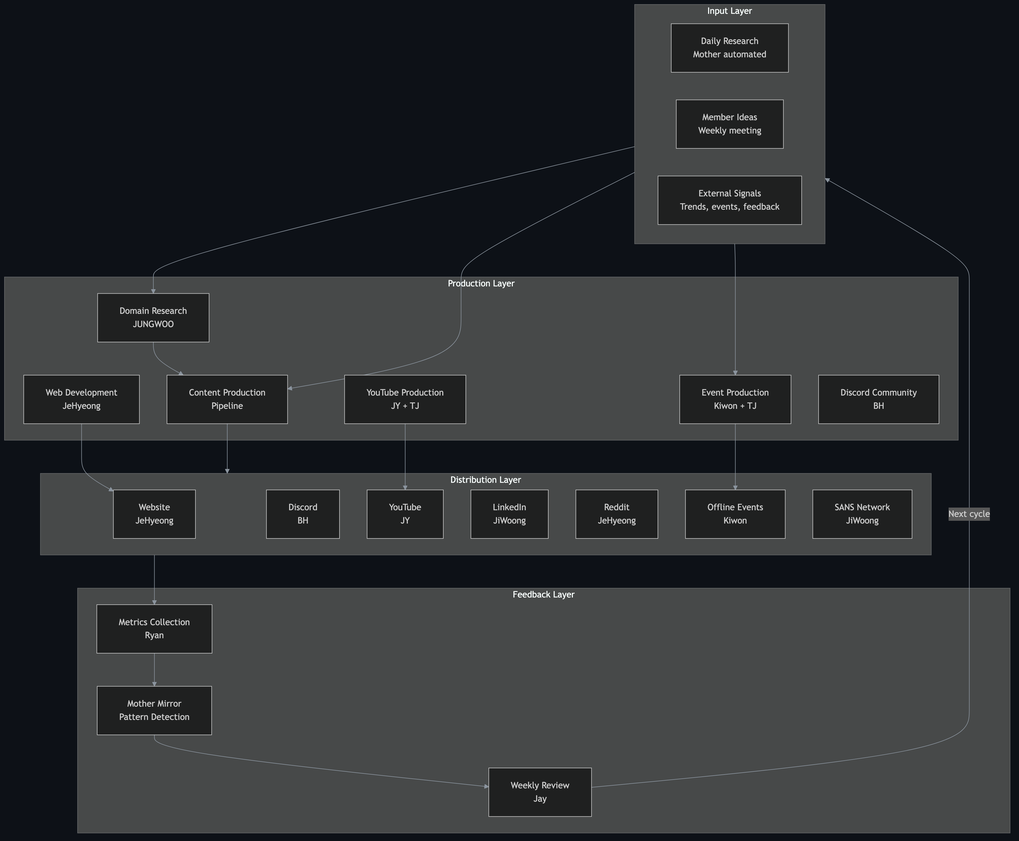
Before: products/hypeproof-workflow-diagrams/d1.png, a diagram exported from Mermaid (JeHyeong2/hypeprooflab). Its source is kept beside it as products/hypeproof-workflow-diagrams/d1.mmd. Source of this version:
```mermaid
flowchart TB
    subgraph INPUT["Input Layer"]
        R[Daily Research<br/>Mother automated]
        MI[Member Ideas<br/>Weekly meeting]
        EXT[External Signals<br/>Trends, events, feedback]
    end

    subgraph PRODUCE["Production Layer"]
        CP[Content Production<br/>Pipeline]
        EP[Event Production<br/>Kiwon + TJ]
        WD[Web Development<br/>JeHyeong]
        YT[YouTube Production<br/>JY + TJ]
        DC[Discord Community<br/>BH]
        DR[Domain Research<br/>JUNGWOO]
    end

    subgraph DISTRIBUTE["Distribution Layer"]
        WEB[Website<br/>JeHyeong]
        DIS[Discord<br/>BH]
        YTC[YouTube<br/>JY]
        LI[LinkedIn<br/>JiWoong]
        RD[Reddit<br/>JeHyeong]
        OFL[Offline Events<br/>Kiwon]
        SANS[SANS Network<br/>JiWoong]
    end

    subgraph FEEDBACK["Feedback Layer"]
        MET[Metrics Collection<br/>Ryan]
        MIR[Mother Mirror<br/>Pattern Detection]
        REV[Weekly Review<br/>Jay]
    end

    INPUT --> CP
    INPUT --> EP
    INPUT --> DR
    CP --> DISTRIBUTE
    EP --> OFL
    WD --> WEB
    YT --> YTC
    DR --> CP

    DISTRIBUTE --> MET
    MET --> MIR
    MIR --> REV
    REV -->|Next cycle| INPUT
```
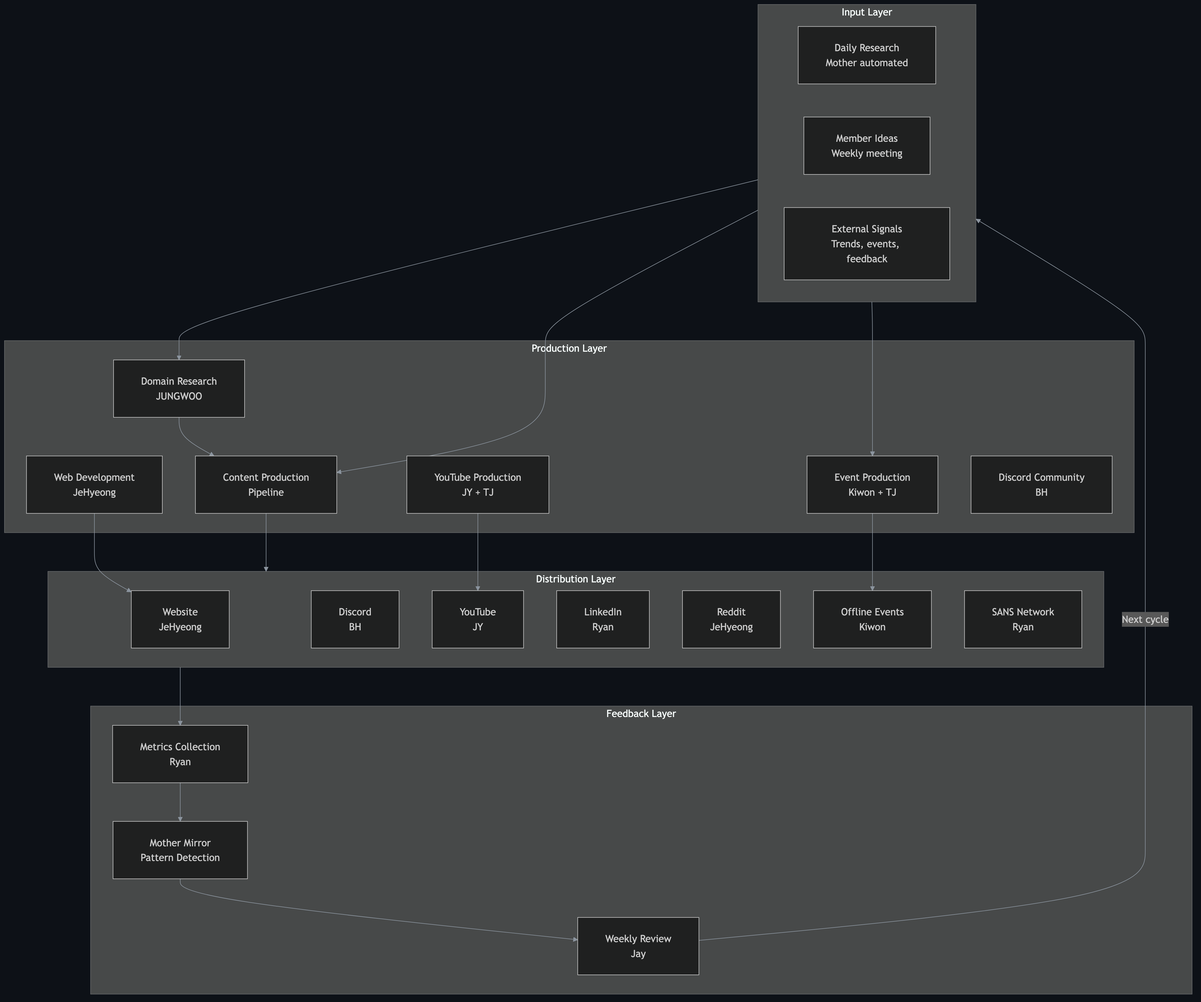
The same file after the commit.

Change to the diagram source:
```diff
@@ -18,10 +18,10 @@
         WEB[Website<br/>JeHyeong]
         DIS[Discord<br/>BH]
         YTC[YouTube<br/>JY]
-        LI[LinkedIn<br/>JiWoong]
+        LI[LinkedIn<br/>Ryan]
         RD[Reddit<br/>JeHyeong]
         OFL[Offline Events<br/>Kiwon]
-        SANS[SANS Network<br/>JiWoong]
+        SANS[SANS Network<br/>Ryan]
     end
 
     subgraph FEEDBACK["Feedback Layer"]
```
